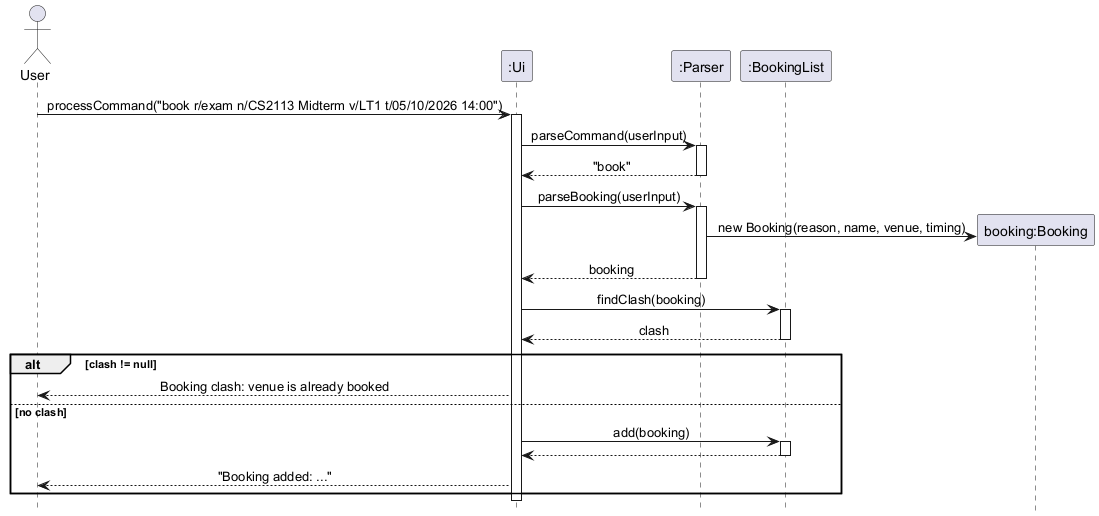
The PlantUML diagram docs/UMLDiagrams/BookCommandSequenceDiagram.png in AY2627S1-CS2113-W14-2/tp, before a commit.
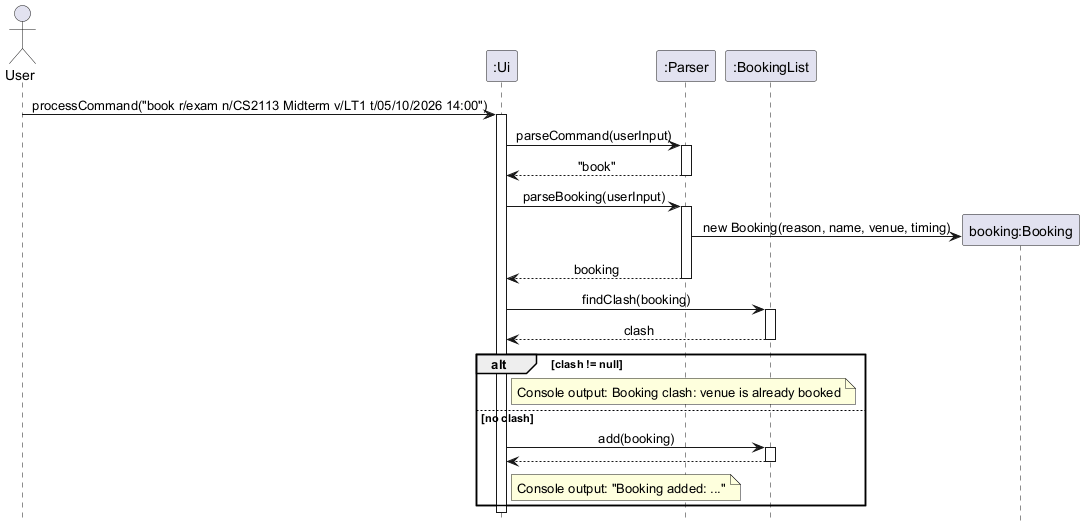
The same diagram one commit later.

Change to the diagram source:
```diff
@@ -30,14 +30,14 @@
 deactivate Bookings
 
 alt clash != null
-    UI --> User: Booking clash: venue is already booked
+    note right of UI: Console output: Booking clash: venue is already booked
 else no clash
     UI -> Bookings: add(booking)
     activate Bookings
     Bookings --> UI
     deactivate Bookings
 
-    UI --> User: "Booking added: ..."
+    note right of UI: Console output: "Booking added: ..."
 end
 
 deactivate UI
```
